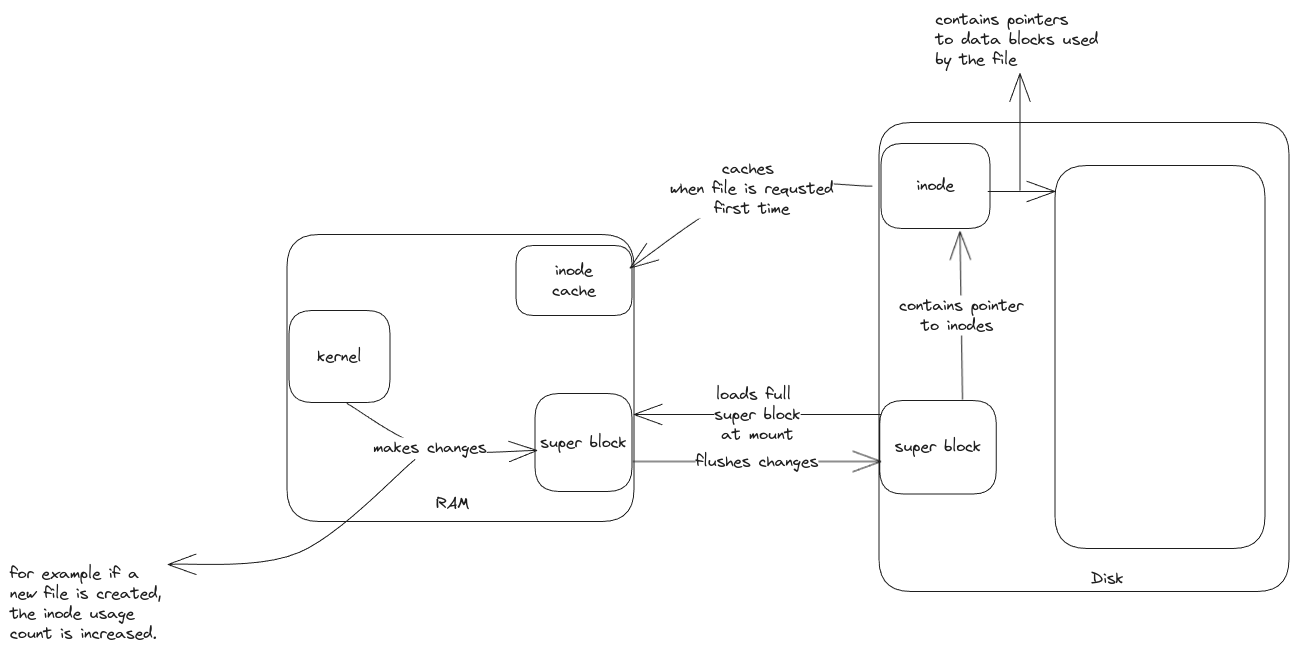
Earlier version of the Excalidraw export static/img/files-inode.excalidraw.png (swaroopar/inprogress-engineer). Source tidied: one line per element, renumbered; positions are measured from the earlier drawing's top-left corner, leaving out a move shared by most shapes.
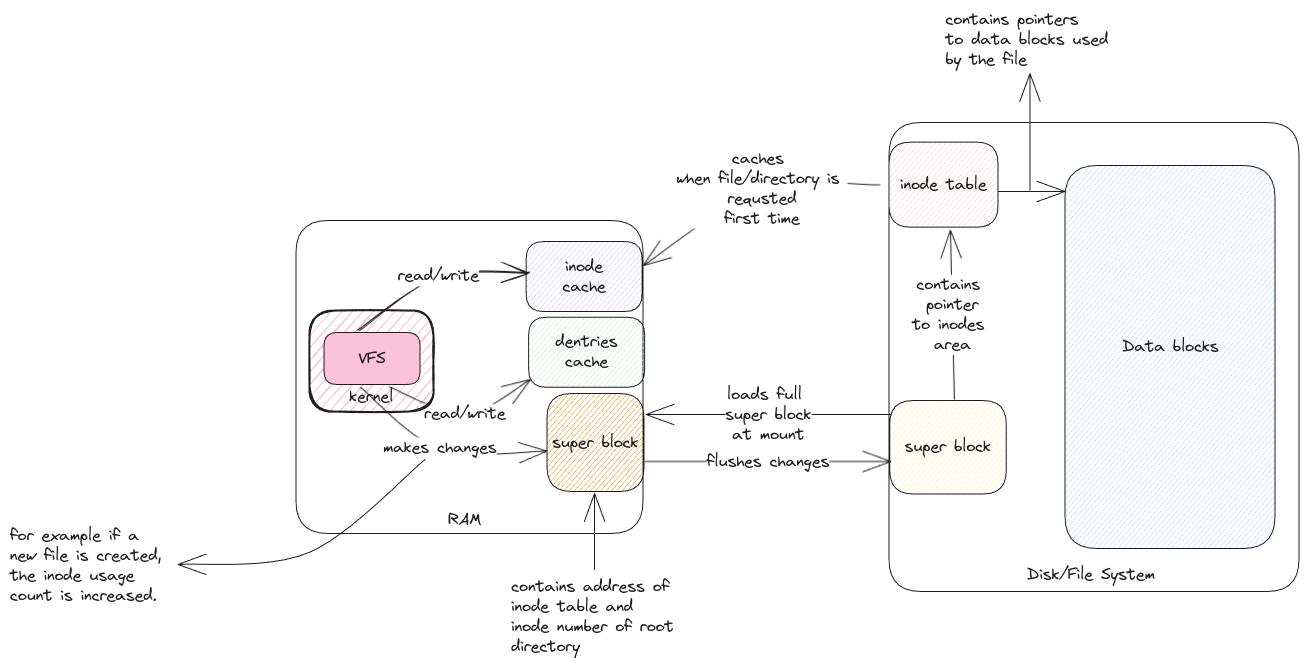
The same diagram one commit later.

What changed in the source:
```diff
@@ -1,30 +1,41 @@
+{"id": 30, "type": "rectangle", "strokeColor": "#1e1e1e", "backgroundColor": "#fcc2d7", "fillStyle": "hachure", "strokeWidth": 2, "roughness": 1, "round": true, "x": 290, "y": 301, "width": 124, "height": 101}
+{"id": 31, "type": "text", "text": "kernel", "strokeColor": "#1e1e1e", "backgroundColor": "#fcc2d7", "fillStyle": "hachure", "strokeWidth": 2, "roughness": 1, "fontSize": 16, "fontFamily": 1, "textAlign": "center", "verticalAlign": "bottom", "inside": 30, "x": 330, "y": 377, "width": 44, "height": 20}
 {"id": 0, "type": "rectangle", "strokeColor": "#1e1e1e", "strokeWidth": 1, "roughness": 0, "round": true, "x": 869, "y": 112, "width": 410, "height": 469}
-{"id": 1, "type": "rectangle", "strokeColor": "#1e1e1e", "strokeWidth": 1, "roughness": 0, "round": true, "x": 870, "y": 391, "width": 117, "height": 93}
+{"id": 1, "type": "rectangle", "strokeColor": "#1e1e1e", "backgroundColor": "#ffec99", "fillStyle": "hachure", "strokeWidth": 1, "roughness": 0, "round": true, "x": 870, "y": 391, "width": 117, "height": 93}
 {"id": 2, "type": "text", "text": "super block", "strokeColor": "#1e1e1e", "strokeWidth": 1, "roughness": 0, "fontSize": 16, "fontFamily": 1, "textAlign": "center", "verticalAlign": "middle", "inside": 1, "x": 885, "y": 427, "width": 86, "height": 20}
-{"id": 3, "type": "text", "text": "Disk", "strokeColor": "#1e1e1e", "strokeWidth": 1, "roughness": 0, "fontSize": 16, "fontFamily": 1, "x": 1081, "y": 559, "width": 32, "height": 20}
+{"id": 3, "type": "text", "text": "Disk/File System", "strokeColor": "#1e1e1e", "strokeWidth": 1, "roughness": 0, "fontSize": 16, "fontFamily": 1, "x": 1007, "y": 555, "width": 128, "height": 20}
-{"id": 4, "type": "rectangle", "strokeColor": "#1e1e1e", "strokeWidth": 1, "roughness": 0, "round": true, "x": 871, "y": 134, "width": 109, "height": 85}
+{"id": 4, "type": "rectangle", "strokeColor": "#1e1e1e", "backgroundColor": "#ffc9c9", "fillStyle": "hachure", "strokeWidth": 1, "roughness": 0, "round": true, "x": 869, "y": 132, "width": 109, "height": 85}
-{"id": 5, "type": "text", "text": "inode", "strokeColor": "#1e1e1e", "strokeWidth": 1, "roughness": 0, "fontSize": 16, "fontFamily": 1, "textAlign": "center", "verticalAlign": "middle", "inside": 4, "x": 907, "y": 166, "width": 38, "height": 20}
+{"id": 5, "type": "text", "text": "inode table", "strokeColor": "#1e1e1e", "strokeWidth": 1, "roughness": 0, "fontSize": 16, "fontFamily": 1, "textAlign": "center", "verticalAlign": "middle", "inside": 4, "x": 880, "y": 165, "width": 86, "height": 20}
-{"id": 6, "type": "rectangle", "strokeColor": "#1e1e1e", "strokeWidth": 1, "roughness": 0, "round": true, "x": 277, "y": 224, "width": 347, "height": 287}
+{"id": 6, "type": "rectangle", "strokeColor": "#1e1e1e", "strokeWidth": 1, "roughness": 0, "round": true, "x": 276, "y": 210, "width": 347, "height": 313}
-{"id": 7, "type": "text", "text": "RAM", "strokeColor": "#1e1e1e", "strokeWidth": 1, "roughness": 0, "fontSize": 16, "fontFamily": 1, "x": 426, "y": 484, "width": 34, "height": 20}
+{"id": 7, "type": "text", "text": "RAM", "strokeColor": "#1e1e1e", "strokeWidth": 1, "roughness": 0, "fontSize": 16, "fontFamily": 1, "x": 428, "y": 500, "width": 34, "height": 20}
-{"id": 8, "type": "arrow", "strokeColor": "#1e1e1e", "strokeWidth": 1, "roughness": 0, "endArrowhead": "arrow", "round": true, "to": 10, "x": 871, "y": 404, "width": 247, "height": 0, "points": [[0, 0], [-247, 0]]}
+{"id": 8, "type": "arrow", "strokeColor": "#1e1e1e", "strokeWidth": 1, "roughness": 0, "endArrowhead": "arrow", "round": true, "to": 10, "x": 871, "y": 404, "width": 245, "height": 0, "points": [[0, 0], [-245, 0]]}
-{"id": 9, "type": "text", "text": "loads full \nsuper block\nat mount", "strokeColor": "#1e1e1e", "strokeWidth": 1, "roughness": 0, "fontSize": 16, "fontFamily": 1, "textAlign": "center", "verticalAlign": "middle", "inside": 8, "x": 702, "y": 404, "width": 86, "height": 60}
+{"id": 9, "type": "text", "text": "loads full \nsuper block\nat mount", "strokeColor": "#1e1e1e", "strokeWidth": 1, "roughness": 0, "fontSize": 16, "fontFamily": 1, "textAlign": "center", "verticalAlign": "middle", "inside": 8, "x": 705, "y": 374, "width": 86, "height": 60}
-{"id": 10, "type": "rectangle", "strokeColor": "#1e1e1e", "strokeWidth": 1, "roughness": 0, "round": true, "x": 525, "y": 384, "width": 97, "height": 98}
+{"id": 10, "type": "rectangle", "strokeColor": "#1e1e1e", "backgroundColor": "#f08c00", "fillStyle": "hachure", "strokeWidth": 1, "roughness": 0, "round": true, "x": 527, "y": 384, "width": 97, "height": 98}
-{"id": 11, "type": "text", "text": "super block", "strokeColor": "#1e1e1e", "strokeWidth": 1, "roughness": 0, "fontSize": 16, "fontFamily": 1, "textAlign": "center", "verticalAlign": "middle", "inside": 10, "x": 530, "y": 422, "width": 86, "height": 20}
+{"id": 11, "type": "text", "text": "super block", "strokeColor": "#1e1e1e", "strokeWidth": 1, "roughness": 0, "fontSize": 16, "fontFamily": 1, "textAlign": "center", "verticalAlign": "middle", "inside": 10, "x": 532, "y": 422, "width": 86, "height": 20}
-{"id": 12, "type": "rectangle", "strokeColor": "#1e1e1e", "strokeWidth": 1, "roughness": 0, "round": true, "x": 1045, "y": 156, "width": 210, "height": 383}
+{"id": 12, "type": "rectangle", "strokeColor": "#1e1e1e", "backgroundColor": "#a5d8ff", "fillStyle": "hachure", "strokeWidth": 1, "roughness": 0, "round": true, "x": 1045, "y": 156, "width": 210, "height": 383}
-{"id": 13, "type": "arrow", "strokeColor": "#1e1e1e", "strokeWidth": 1, "roughness": 0, "endArrowhead": "arrow", "round": true, "to": 12, "x": 978, "y": 182, "width": 67, "height": 0, "points": [[0, 0], [67, 0]]}
+{"id": 13, "type": "arrow", "strokeColor": "#1e1e1e", "strokeWidth": 1, "roughness": 0, "endArrowhead": "arrow", "round": true, "from": 4, "to": 12, "x": 978, "y": 182, "width": 67, "height": 0, "points": [[0, 0], [67, 0]]}
 {"id": 14, "type": "text", "text": "contains pointers \nto data blocks used \nby the file", "strokeColor": "#1e1e1e", "strokeWidth": 1, "roughness": 0, "fontSize": 16, "fontFamily": 1, "x": 926, "y": 0, "width": 171, "height": 60}
 {"id": 15, "type": "arrow", "strokeColor": "#1e1e1e", "strokeWidth": 1, "roughness": 0, "endArrowhead": "arrow", "round": true, "x": 1010, "y": 180, "width": 0, "height": 117, "points": [[0, 0], [0, -117]]}
-{"id": 16, "type": "arrow", "strokeColor": "#1e1e1e", "strokeWidth": 1, "roughness": 0, "endArrowhead": "arrow", "round": true, "from": 4, "x": 862, "y": 174, "width": 242, "height": 82, "points": [[0, 0], [-120, 4], [-242, 82]]}
+{"id": 16, "type": "arrow", "strokeColor": "#1e1e1e", "strokeWidth": 1, "roughness": 0, "endArrowhead": "arrow", "round": true, "from": 4, "to": 20, "x": 860, "y": 174, "width": 237, "height": 81, "points": [[0, 0], [-118, 5], [-237, 81]]}
-{"id": 17, "type": "text", "text": "caches \nwhen file is requsted\nfirst time", "strokeColor": "#1e1e1e", "strokeWidth": 1, "roughness": 0, "fontSize": 16, "fontFamily": 1, "textAlign": "center", "verticalAlign": "middle", "inside": 16, "x": 660, "y": 148, "width": 163, "height": 60}
+{"id": 17, "type": "text", "text": "caches \nwhen file/directory is \nrequsted\nfirst time", "strokeColor": "#1e1e1e", "strokeWidth": 1, "roughness": 0, "fontSize": 16, "fontFamily": 1, "textAlign": "center", "verticalAlign": "middle", "inside": 16, "x": 657, "y": 138, "width": 171, "height": 80}
-{"id": 18, "type": "arrow", "strokeColor": "#1e1e1e", "strokeWidth": 1, "roughness": 0, "endArrowhead": "arrow", "round": true, "from": 1, "to": 4, "x": 953, "y": 390, "width": 3, "height": 168, "points": [[0, 0], [-3, -168]]}
+{"id": 18, "type": "arrow", "strokeColor": "#1e1e1e", "strokeWidth": 1, "roughness": 0, "endArrowhead": "arrow", "round": true, "from": 1, "to": 4, "x": 934, "y": 390, "width": 4, "height": 169, "points": [[0, 0], [-4, -169]]}
-{"id": 19, "type": "text", "text": "contains pointer\nto inodes ", "strokeColor": "#1e1e1e", "strokeWidth": 1, "roughness": 0, "fontSize": 16, "fontFamily": 1, "textAlign": "center", "verticalAlign": "middle", "inside": 18, "x": 887, "y": 282, "width": 124, "height": 40}
+{"id": 19, "type": "text", "text": "contains \npointer\nto inodes \narea", "strokeColor": "#1e1e1e", "strokeWidth": 1, "roughness": 0, "fontSize": 16, "fontFamily": 1, "textAlign": "center", "verticalAlign": "middle", "inside": 18, "x": 893, "y": 265, "width": 80, "height": 80}
-{"id": 20, "type": "rectangle", "strokeColor": "#1e1e1e", "strokeWidth": 1, "roughness": 0, "round": true, "x": 506, "y": 236, "width": 116, "height": 70}
+{"id": 20, "type": "rectangle", "strokeColor": "#1e1e1e", "backgroundColor": "#d0bfff", "fillStyle": "hachure", "strokeWidth": 1, "roughness": 0, "round": true, "x": 506, "y": 232, "width": 116, "height": 70}
-{"id": 21, "type": "text", "text": "inode\ncache", "strokeColor": "#1e1e1e", "strokeWidth": 1, "roughness": 0, "fontSize": 16, "fontFamily": 1, "textAlign": "center", "verticalAlign": "middle", "inside": 20, "x": 542, "y": 250, "width": 43, "height": 40}
+{"id": 21, "type": "text", "text": "inode\ncache", "strokeColor": "#1e1e1e", "strokeWidth": 1, "roughness": 0, "fontSize": 16, "fontFamily": 1, "textAlign": "center", "verticalAlign": "middle", "inside": 20, "x": 542, "y": 247, "width": 43, "height": 40}
-{"id": 22, "type": "rectangle", "strokeColor": "#1e1e1e", "strokeWidth": 1, "roughness": 0, "round": true, "x": 279, "y": 300, "width": 101, "height": 92}
+{"id": 22, "type": "rectangle", "strokeColor": "#1e1e1e", "backgroundColor": "#fcc2d7", "fillStyle": "solid", "strokeWidth": 1, "roughness": 0, "round": true, "x": 304, "y": 322, "width": 96, "height": 52}
-{"id": 23, "type": "text", "text": "kernel", "strokeColor": "#1e1e1e", "strokeWidth": 1, "roughness": 0, "fontSize": 16, "fontFamily": 1, "textAlign": "center", "verticalAlign": "middle", "inside": 22, "x": 308, "y": 336, "width": 44, "height": 20}
+{"id": 23, "type": "text", "text": "VFS", "strokeColor": "#1e1e1e", "strokeWidth": 1, "roughness": 0, "fontSize": 16, "fontFamily": 1, "textAlign": "center", "verticalAlign": "middle", "inside": 22, "x": 338, "y": 338, "width": 27, "height": 20}
-{"id": 24, "type": "arrow", "strokeColor": "#1e1e1e", "strokeWidth": 1, "roughness": 0, "endArrowhead": "arrow", "round": true, "from": 22, "x": 337, "y": 392, "width": 190, "height": 47, "points": [[0, 0], [83, 45], [190, 47]]}
+{"id": 24, "type": "arrow", "strokeColor": "#1e1e1e", "strokeWidth": 1, "roughness": 0, "endArrowhead": "arrow", "round": true, "from": 22, "to": 10, "x": 340, "y": 376, "width": 187, "height": 64, "points": [[0, 0], [80, 62], [187, 64]]}
 {"id": 25, "type": "text", "text": "makes changes", "strokeColor": "#1e1e1e", "strokeWidth": 1, "roughness": 0, "fontSize": 16, "fontFamily": 1, "textAlign": "center", "verticalAlign": "middle", "inside": 24, "x": 363, "y": 428, "width": 114, "height": 20}
-{"id": 26, "type": "arrow", "strokeColor": "#1e1e1e", "strokeWidth": 1, "roughness": 0, "endArrowhead": "arrow", "round": true, "x": 405, "y": 450, "width": 247, "height": 105, "points": [[0, 0], [-116, 93], [-247, 105]]}
+{"id": 26, "type": "arrow", "strokeColor": "#1e1e1e", "strokeWidth": 1, "roughness": 0, "endArrowhead": "arrow", "round": true, "to": 27, "x": 405, "y": 450, "width": 247, "height": 105, "points": [[0, 0], [-116, 93], [-247, 105]]}
-{"id": 27, "type": "text", "text": "for example if a \nnew file is created, \nthe inode usage \ncount is increased.", "strokeColor": "#1e1e1e", "strokeWidth": 1, "roughness": 0, "fontSize": 16, "fontFamily": 1, "x": 0, "y": 554, "width": 160, "height": 80}
+{"id": 27, "type": "text", "text": "for example if a \nnew file is created, \nthe inode usage \ncount is increased.", "strokeColor": "#1e1e1e", "strokeWidth": 1, "roughness": 0, "fontSize": 16, "fontFamily": 1, "x": -10, "y": 516, "width": 160, "height": 80}
-{"id": 28, "type": "arrow", "strokeColor": "#1e1e1e", "strokeWidth": 1, "roughness": 0, "endArrowhead": "arrow", "round": true, "x": 623, "y": 452, "width": 248, "height": 0, "points": [[0, 0], [248, 0]]}
+{"id": 28, "type": "arrow", "strokeColor": "#1e1e1e", "strokeWidth": 1, "roughness": 0, "endArrowhead": "arrow", "round": true, "from": 10, "x": 625, "y": 452, "width": 246, "height": 0, "points": [[0, 0], [246, 0]]}
-{"id": 29, "type": "text", "text": "flushes changes", "strokeColor": "#1e1e1e", "strokeWidth": 1, "roughness": 0, "fontSize": 16, "fontFamily": 1, "textAlign": "center", "verticalAlign": "middle", "inside": 28, "x": 686, "y": 442, "width": 123, "height": 20}
+{"id": 29, "type": "text", "text": "flushes changes", "strokeColor": "#1e1e1e", "strokeWidth": 1, "roughness": 0, "fontSize": 16, "fontFamily": 1, "textAlign": "center", "verticalAlign": "middle", "inside": 28, "x": 687, "y": 442, "width": 123, "height": 20}
+{"id": 32, "type": "text", "text": "Data blocks", "strokeColor": "#1e1e1e", "strokeWidth": 2, "roughness": 1, "fontSize": 16, "fontFamily": 1, "textAlign": "center", "x": 1102, "y": 326, "width": 97, "height": 20}
+{"id": 33, "type": "rectangle", "strokeColor": "#1e1e1e", "backgroundColor": "#b2f2bb", "fillStyle": "hachure", "strokeWidth": 1, "roughness": 0, "round": true, "x": 509, "y": 307, "width": 116, "height": 70}
+{"id": 34, "type": "text", "text": "dentries\ncache", "strokeColor": "#1e1e1e", "strokeWidth": 1, "roughness": 0, "fontSize": 16, "fontFamily": 1, "textAlign": "center", "verticalAlign": "middle", "inside": 33, "x": 536, "y": 322, "width": 62, "height": 40}
+{"id": 35, "type": "arrow", "strokeColor": "#1e1e1e", "strokeWidth": 1, "roughness": 1, "endArrowhead": "arrow", "round": true, "from": 22, "x": 338, "y": 319, "width": 169, "height": 57, "points": [[0, 0], [80, -52], [169, -57]]}
+{"id": 36, "type": "text", "text": "read/write", "strokeColor": "#1e1e1e", "strokeWidth": 2, "roughness": 1, "fontSize": 16, "fontFamily": 1, "textAlign": "center", "verticalAlign": "middle", "inside": 35, "x": 378, "y": 256, "width": 81, "height": 20}
+{"id": 37, "type": "arrow", "strokeColor": "#1e1e1e", "strokeWidth": 1, "roughness": 0, "endArrowhead": "arrow", "round": true, "from": 22, "to": 10, "x": 369, "y": 377, "width": 141, "height": 34, "points": [[0, 0], [76, 27], [141, -7]]}
+{"id": 38, "type": "text", "text": "read/write", "strokeColor": "#1e1e1e", "strokeWidth": 1, "roughness": 0, "fontSize": 16, "fontFamily": 1, "textAlign": "center", "verticalAlign": "middle", "inside": 37, "x": 404, "y": 394, "width": 81, "height": 20}
+{"id": 39, "type": "arrow", "strokeColor": "#1e1e1e", "strokeWidth": 1, "roughness": 0, "endArrowhead": "arrow", "round": true, "from": 40, "x": 575, "y": 560, "width": 0, "height": 76, "points": [[0, 0], [0, -76]]}
+{"id": 40, "type": "text", "text": "contains address of \ninode table and \ninode number of root \ndirectory", "strokeColor": "#1e1e1e", "strokeWidth": 1, "roughness": 0, "fontSize": 16, "fontFamily": 1, "x": 491, "y": 567, "width": 170, "height": 80}
```
